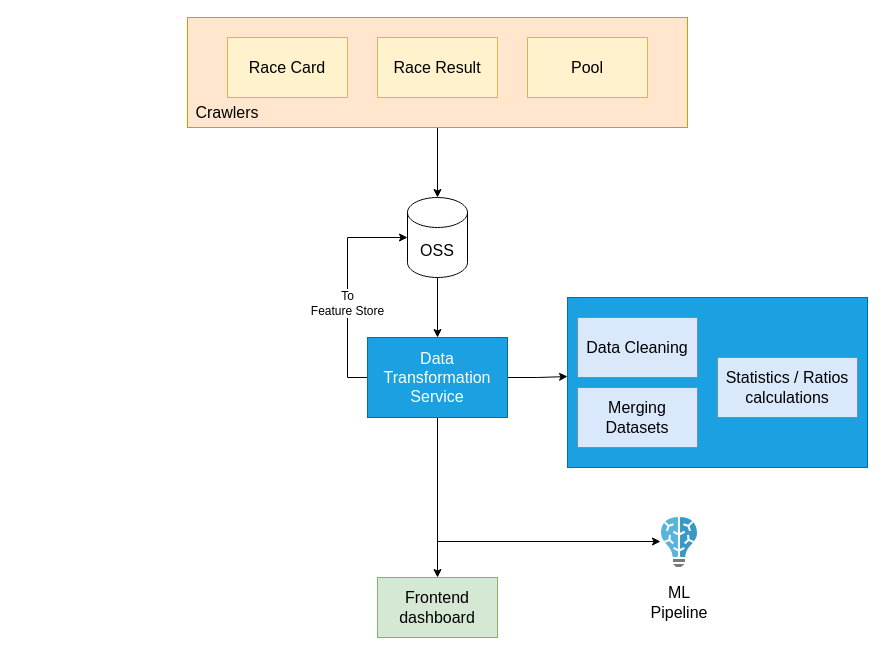
Before: race_history.drawio in tommy202201/HKJC, a draw.io diagram. Source tidied: cells renumbered, new cells numbered last; positions are measured from the earlier drawing's top-left corner, leaving out a move shared by most shapes. Both pictures are drawn from the tidied source at 100%, with x=0, y=0 at pixel (187, 17).
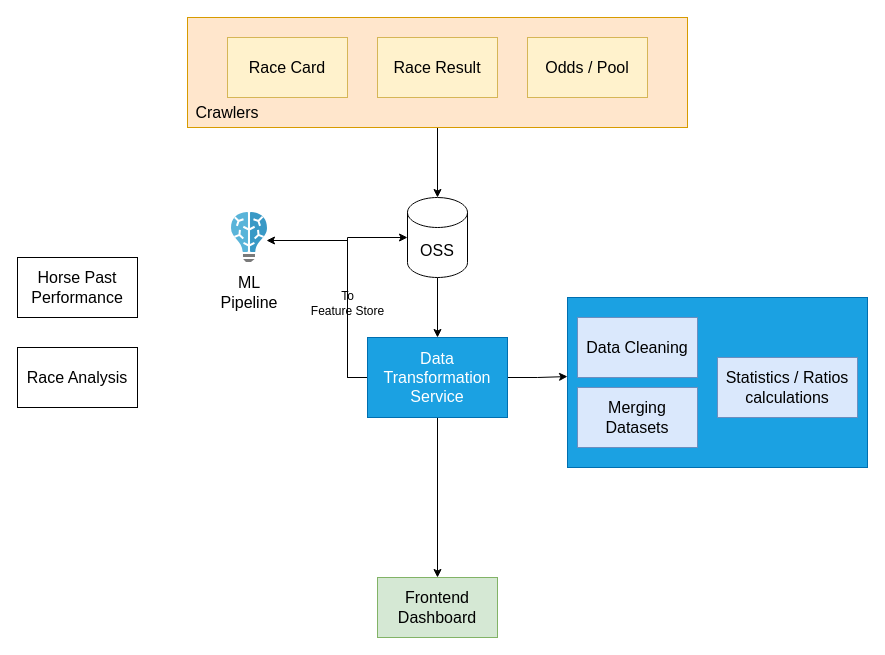
The same diagram, later.

The change refers to these unchanged cells:
```xml
<mxCell id="16" value="Data Transformation Service" style="rounded=0;whiteSpace=wrap;html=1;fontSize=16;fillColor=#1ba1e2;strokeColor=#006EAF;fontColor=#ffffff;" parent="1" vertex="1">
  <mxGeometry x="180" y="320" width="140" height="80" as="geometry" />
</mxCell>
```

Diff of the diagram source:
```diff
@@
-    <mxCell id="6" value="Pool" style="rounded=0;whiteSpace=wrap;html=1;fontSize=16;fillColor=#fff2cc;strokeColor=#d6b656;" parent="1" vertex="1">
+    <mxCell id="6" value="Odds / Pool" style="rounded=0;whiteSpace=wrap;html=1;fontSize=16;fillColor=#fff2cc;strokeColor=#d6b656;" parent="1" vertex="1">
       <mxGeometry x="340" y="20" width="120" height="60" as="geometry" />
     </mxCell>
@@
+    <mxCell id="15" style="edgeStyle=orthogonalEdgeStyle;rounded=0;jettySize=auto;html=1;exitX=0.5;exitY=1;exitDx=0;exitDy=0;entryX=0.5;entryY=0;entryDx=0;entryDy=0;fontSize=16;" parent="1" edge="1" source="16" target="21">
+      <mxGeometry relative="1" as="geometry" />
+    </mxCell>
-    <mxCell id="14" style="edgeStyle=orthogonalEdgeStyle;rounded=0;jettySize=auto;html=1;exitX=0.5;exitY=1;exitDx=0;exitDy=0;entryX=-0.028;entryY=0.48;entryDx=0;entryDy=0;entryPerimeter=0;fontSize=16;" parent="1" edge="1" source="16" target="20">
+    <mxCell id="14" style="edgeStyle=orthogonalEdgeStyle;rounded=0;jettySize=auto;html=1;exitX=0;exitY=0.5;exitDx=0;exitDy=0;entryX=0.972;entryY=0.56;entryDx=0;entryDy=0;entryPerimeter=0;fontSize=16;" parent="1" edge="1" source="16" target="20">
       <mxGeometry relative="1" as="geometry">
         <Array as="points">
-          <mxPoint x="250" y="524" />
+          <mxPoint x="160" y="360" />
+          <mxPoint x="160" y="223" />
         </Array>
       </mxGeometry>
     </mxCell>
-    <mxCell id="15" style="edgeStyle=orthogonalEdgeStyle;rounded=0;jettySize=auto;html=1;exitX=0.5;exitY=1;exitDx=0;exitDy=0;entryX=0.5;entryY=0;entryDx=0;entryDy=0;fontSize=16;" parent="1" edge="1" source="16" target="21">
-      <mxGeometry relative="1" as="geometry" />
-    </mxCell>
@@
     <mxCell id="20" style="sketch=0;html=1;points=[];align=center;image;fontSize=12;image=img/lib/mscae/Batch_AI.svg;" parent="1" vertex="1">
-      <mxGeometry x="474" y="500" width="36" height="50" as="geometry" />
+      <mxGeometry x="44" y="195" width="36" height="50" as="geometry" />
     </mxCell>
-    <mxCell id="21" value="Frontend dashboard" style="rounded=0;whiteSpace=wrap;html=1;fontSize=16;fillColor=#d5e8d4;strokeColor=#82b366;" parent="1" vertex="1">
+    <mxCell id="21" value="Frontend Dashboard" style="rounded=0;whiteSpace=wrap;html=1;fontSize=16;fillColor=#d5e8d4;strokeColor=#82b366;" parent="1" vertex="1">
       <mxGeometry x="190" y="560" width="120" height="60" as="geometry" />
     </mxCell>
     <mxCell id="22" value="ML Pipeline" style="text;html=1;strokeColor=none;fillColor=none;align=center;verticalAlign=middle;whiteSpace=wrap;rounded=0;fontSize=16;" parent="1" vertex="1">
-      <mxGeometry x="462" y="570" width="60" height="30" as="geometry" />
+      <mxGeometry x="32" y="260" width="60" height="30" as="geometry" />
     </mxCell>
+    <mxCell id="23" value="&lt;font style=&quot;font-size: 16px;&quot;&gt;Horse Past Performance&lt;/font&gt;" style="rounded=0;whiteSpace=wrap;html=1;fontSize=12;" parent="1" vertex="1">
+      <mxGeometry x="-170" y="240" width="120" height="60" as="geometry" />
+    </mxCell>
+    <mxCell id="24" value="&lt;font style=&quot;font-size: 16px;&quot;&gt;Race Analysis&lt;/font&gt;" style="rounded=0;whiteSpace=wrap;html=1;fontSize=12;" parent="1" vertex="1">
+      <mxGeometry x="-170" y="330" width="120" height="60" as="geometry" />
+    </mxCell>
```
